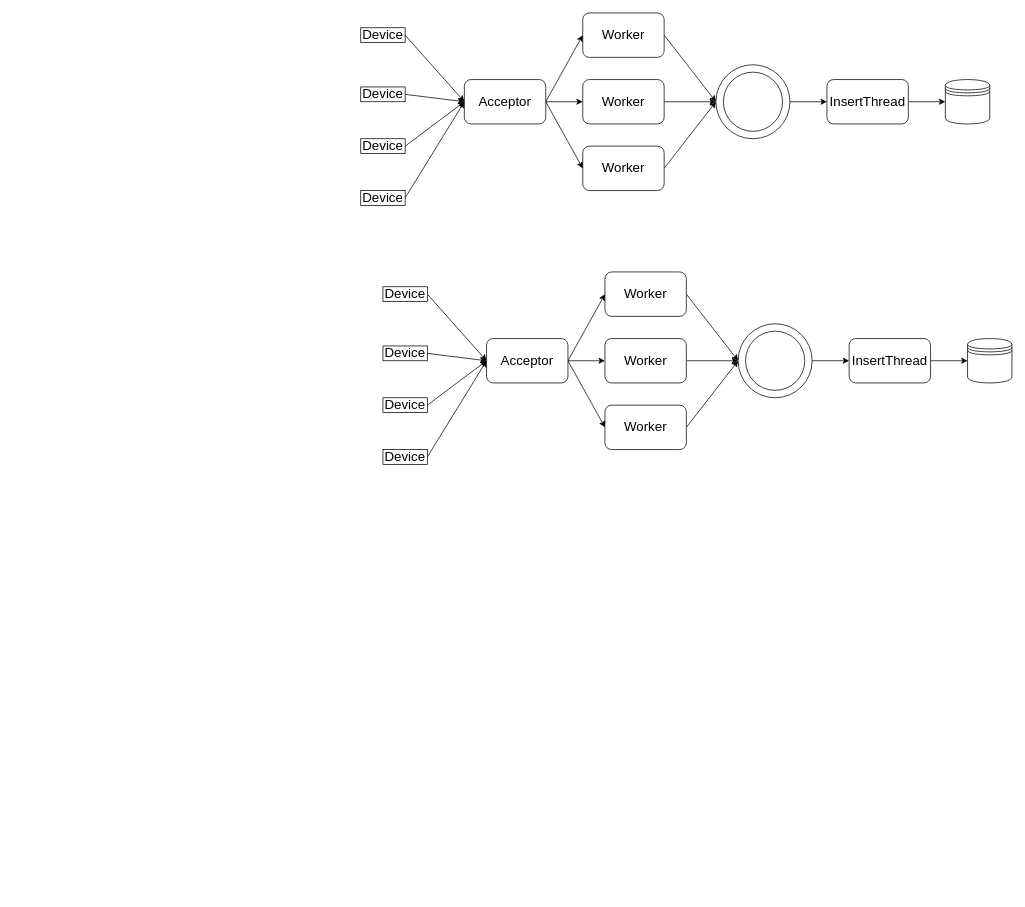
This is 未命名绘图.drawio from zhaoning999/notes, a draw.io file, before an edit. Source tidied: cells renumbered, new cells numbered last; positions are measured from the earlier drawing's top-left corner, leaving out a move shared by most shapes. Both pictures are drawn from the tidied source at 74%, with x=0, y=0 at pixel (360, 13).
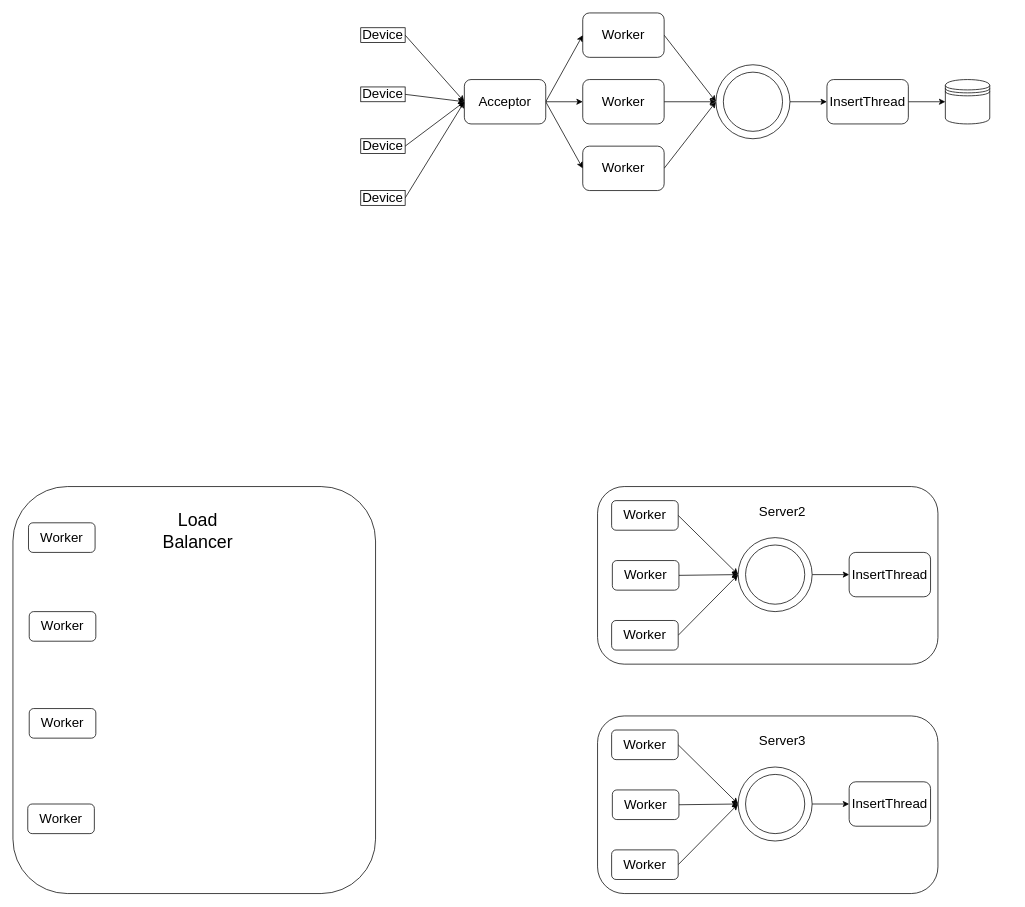
After the change.

Commit message (it also covers changes not shown here):
更新未命名绘图.drawio

Change to the diagram source:
```diff
@@
-    <mxCell id="26" style="edgeStyle=none;rounded=0;jettySize=auto;html=1;exitX=1;exitY=0.5;exitDx=0;exitDy=0;entryX=0;entryY=0.5;entryDx=0;entryDy=0;fontSize=18;" parent="1" edge="1" source="27" target="45">
-      <mxGeometry relative="1" as="geometry" />
-    </mxCell>
-    <mxCell id="27" value="&lt;font style=&quot;font-size: 18px;&quot;&gt;Worker&lt;/font&gt;" style="rounded=1;whiteSpace=wrap;html=1;" parent="1" vertex="1">
-      <mxGeometry x="330" y="350" width="110" height="60" as="geometry" />
-    </mxCell>
-    <mxCell id="28" style="edgeStyle=none;rounded=0;jettySize=auto;html=1;exitX=1;exitY=0.5;exitDx=0;exitDy=0;entryX=0;entryY=0.5;entryDx=0;entryDy=0;fontSize=18;" parent="1" edge="1" source="29" target="45">
-      <mxGeometry relative="1" as="geometry" />
-    </mxCell>
-    <mxCell id="29" value="&lt;font style=&quot;font-size: 18px;&quot;&gt;Worker&lt;/font&gt;" style="rounded=1;whiteSpace=wrap;html=1;" parent="1" vertex="1">
-      <mxGeometry x="330" y="440" width="110" height="60" as="geometry" />
-    </mxCell>
-    <mxCell id="30" style="edgeStyle=none;rounded=0;jettySize=auto;html=1;exitX=1;exitY=0.5;exitDx=0;exitDy=0;entryX=0;entryY=0.5;entryDx=0;entryDy=0;fontSize=18;" parent="1" edge="1" source="31" target="45">
-      <mxGeometry relative="1" as="geometry" />
-    </mxCell>
-    <mxCell id="31" value="&lt;font style=&quot;font-size: 18px;&quot;&gt;Worker&lt;/font&gt;" style="rounded=1;whiteSpace=wrap;html=1;" parent="1" vertex="1">
-      <mxGeometry x="330" y="530" width="110" height="60" as="geometry" />
-    </mxCell>
-    <mxCell id="32" style="edgeStyle=none;rounded=0;jettySize=auto;html=1;exitX=1;exitY=0.5;exitDx=0;exitDy=0;entryX=0;entryY=0.5;entryDx=0;entryDy=0;fontSize=18;" parent="1" edge="1" source="35" target="27">
-      <mxGeometry relative="1" as="geometry" />
-    </mxCell>
-    <mxCell id="33" style="edgeStyle=none;rounded=0;jettySize=auto;html=1;exitX=1;exitY=0.5;exitDx=0;exitDy=0;entryX=0;entryY=0.5;entryDx=0;entryDy=0;fontSize=18;" parent="1" edge="1" source="35" target="29">
-      <mxGeometry relative="1" as="geometry" />
-    </mxCell>
-    <mxCell id="34" style="edgeStyle=none;rounded=0;jettySize=auto;html=1;exitX=1;exitY=0.5;exitDx=0;exitDy=0;entryX=0;entryY=0.5;entryDx=0;entryDy=0;fontSize=18;" parent="1" edge="1" source="35" target="31">
-      <mxGeometry relative="1" as="geometry" />
-    </mxCell>
-    <mxCell id="35" value="&lt;font style=&quot;font-size: 18px;&quot;&gt;Acceptor&lt;/font&gt;" style="rounded=1;whiteSpace=wrap;html=1;" parent="1" vertex="1">
-      <mxGeometry x="170" y="440" width="110" height="60" as="geometry" />
-    </mxCell>
-    <mxCell id="36" style="rounded=0;jettySize=auto;html=1;exitX=1;exitY=0.5;exitDx=0;exitDy=0;entryX=0;entryY=0.5;entryDx=0;entryDy=0;fontSize=18;" parent="1" edge="1" source="37" target="35">
-      <mxGeometry relative="1" as="geometry" />
-    </mxCell>
-    <mxCell id="37" value="Device" style="rounded=0;whiteSpace=wrap;html=1;fontSize=18;" parent="1" vertex="1">
-      <mxGeometry x="30" y="370" width="60" height="20" as="geometry" />
-    </mxCell>
-    <mxCell id="38" style="edgeStyle=none;rounded=0;jettySize=auto;html=1;exitX=1;exitY=0.5;exitDx=0;exitDy=0;entryX=0;entryY=0.5;entryDx=0;entryDy=0;fontSize=18;" parent="1" edge="1" source="39" target="35">
-      <mxGeometry relative="1" as="geometry" />
-    </mxCell>
-    <mxCell id="39" value="Device" style="rounded=0;whiteSpace=wrap;html=1;fontSize=18;" parent="1" vertex="1">
-      <mxGeometry x="30" y="450" width="60" height="20" as="geometry" />
-    </mxCell>
-    <mxCell id="40" style="edgeStyle=none;rounded=0;jettySize=auto;html=1;exitX=1;exitY=0.5;exitDx=0;exitDy=0;entryX=0;entryY=0.5;entryDx=0;entryDy=0;fontSize=18;" parent="1" edge="1" source="41" target="35">
-      <mxGeometry relative="1" as="geometry" />
-    </mxCell>
-    <mxCell id="41" value="Device" style="rounded=0;whiteSpace=wrap;html=1;fontSize=18;" parent="1" vertex="1">
-      <mxGeometry x="30" y="520" width="60" height="20" as="geometry" />
-    </mxCell>
-    <mxCell id="42" style="edgeStyle=none;rounded=0;jettySize=auto;html=1;exitX=1;exitY=0.5;exitDx=0;exitDy=0;entryX=0;entryY=0.5;entryDx=0;entryDy=0;fontSize=18;" parent="1" edge="1" source="43" target="35">
-      <mxGeometry relative="1" as="geometry" />
-    </mxCell>
-    <mxCell id="43" value="Device" style="rounded=0;whiteSpace=wrap;html=1;fontSize=18;" parent="1" vertex="1">
-      <mxGeometry x="30" y="590" width="60" height="20" as="geometry" />
-    </mxCell>
-    <mxCell id="44" style="edgeStyle=none;rounded=0;jettySize=auto;html=1;exitX=1;exitY=0.5;exitDx=0;exitDy=0;fontSize=18;" parent="1" edge="1" source="45" target="48">
-      <mxGeometry relative="1" as="geometry" />
-    </mxCell>
-    <mxCell id="45" style="ellipse;whiteSpace=wrap;html=1;fontSize=18;" parent="1" vertex="1">
-      <mxGeometry x="510" y="420" width="100" height="100" as="geometry" />
-    </mxCell>
-    <mxCell id="46" style="ellipse;whiteSpace=wrap;html=1;fontSize=18;" parent="1" vertex="1">
-      <mxGeometry x="520" y="430" width="80" height="80" as="geometry" />
-    </mxCell>
-    <mxCell id="47" style="edgeStyle=none;rounded=0;jettySize=auto;html=1;exitX=1;exitY=0.5;exitDx=0;exitDy=0;entryX=0;entryY=0.5;entryDx=0;entryDy=0;fontSize=18;" parent="1" edge="1" source="48" target="49">
-      <mxGeometry relative="1" as="geometry" />
-    </mxCell>
-    <mxCell id="48" value="&lt;font style=&quot;font-size: 18px;&quot;&gt;InsertThread&lt;/font&gt;" style="rounded=1;whiteSpace=wrap;html=1;" parent="1" vertex="1">
-      <mxGeometry x="660" y="440" width="110" height="60" as="geometry" />
-    </mxCell>
-    <mxCell id="49" style="shape=datastore;whiteSpace=wrap;html=1;fontSize=18;" parent="1" vertex="1">
-      <mxGeometry x="820" y="440" width="60" height="60" as="geometry" />
-    </mxCell>
+    <mxCell id="50" style="rounded=1;whiteSpace=wrap;html=1;fontSize=18;" parent="1" vertex="1">
+      <mxGeometry x="320" y="640" width="460" height="240" as="geometry" />
+    </mxCell>
+    <mxCell id="51" style="edgeStyle=none;rounded=0;jettySize=auto;html=1;exitX=1;exitY=0.5;exitDx=0;exitDy=0;entryX=0;entryY=0.5;entryDx=0;entryDy=0;fontSize=18;" parent="1" edge="1" source="52" target="56">
+      <mxGeometry relative="1" as="geometry" />
+    </mxCell>
+    <mxCell id="52" value="&lt;font style=&quot;font-size: 18px;&quot;&gt;Worker&lt;/font&gt;" style="rounded=1;whiteSpace=wrap;html=1;" parent="1" vertex="1">
+      <mxGeometry x="339" y="659" width="90" height="40" as="geometry" />
+    </mxCell>
+    <mxCell id="53" style="edgeStyle=none;rounded=0;jettySize=auto;html=1;exitX=1;exitY=0.5;exitDx=0;exitDy=0;entryX=0;entryY=0.5;entryDx=0;entryDy=0;fontSize=18;exitPerimeter=0;" parent="1" edge="1" source="59" target="56">
+      <mxGeometry relative="1" as="geometry" />
+    </mxCell>
+    <mxCell id="54" style="edgeStyle=none;rounded=0;jettySize=auto;html=1;exitX=1;exitY=0.5;exitDx=0;exitDy=0;entryX=0;entryY=0.5;entryDx=0;entryDy=0;fontSize=18;" parent="1" edge="1" source="60" target="56">
+      <mxGeometry relative="1" as="geometry" />
+    </mxCell>
+    <mxCell id="55" style="edgeStyle=none;rounded=0;jettySize=auto;html=1;exitX=1;exitY=0.5;exitDx=0;exitDy=0;fontSize=18;" parent="1" edge="1" source="56" target="58">
+      <mxGeometry relative="1" as="geometry" />
+    </mxCell>
+    <mxCell id="56" style="ellipse;whiteSpace=wrap;html=1;fontSize=18;" parent="1" vertex="1">
+      <mxGeometry x="510" y="709" width="100" height="100" as="geometry" />
+    </mxCell>
+    <mxCell id="57" style="ellipse;whiteSpace=wrap;html=1;fontSize=18;" parent="1" vertex="1">
+      <mxGeometry x="520" y="719" width="80" height="80" as="geometry" />
+    </mxCell>
+    <mxCell id="58" value="&lt;font style=&quot;font-size: 18px;&quot;&gt;InsertThread&lt;/font&gt;" style="rounded=1;whiteSpace=wrap;html=1;" parent="1" vertex="1">
+      <mxGeometry x="660" y="729" width="110" height="60" as="geometry" />
+    </mxCell>
+    <mxCell id="59" value="&lt;font style=&quot;font-size: 18px;&quot;&gt;Worker&lt;/font&gt;" style="rounded=1;whiteSpace=wrap;html=1;" parent="1" vertex="1">
+      <mxGeometry x="340" y="740" width="90" height="40" as="geometry" />
+    </mxCell>
+    <mxCell id="60" value="&lt;font style=&quot;font-size: 18px;&quot;&gt;Worker&lt;/font&gt;" style="rounded=1;whiteSpace=wrap;html=1;" parent="1" vertex="1">
+      <mxGeometry x="339" y="821" width="90" height="40" as="geometry" />
+    </mxCell>
+    <mxCell id="61" value="Server2" style="text;html=1;strokeColor=none;fillColor=none;align=center;verticalAlign=middle;whiteSpace=wrap;rounded=0;fontSize=18;" parent="1" vertex="1">
+      <mxGeometry x="540" y="659" width="60" height="30" as="geometry" />
+    </mxCell>
+    <mxCell id="62" style="rounded=1;whiteSpace=wrap;html=1;fontSize=18;" parent="1" vertex="1">
+      <mxGeometry x="320" y="950" width="460" height="240" as="geometry" />
+    </mxCell>
+    <mxCell id="63" style="edgeStyle=none;rounded=0;jettySize=auto;html=1;exitX=1;exitY=0.5;exitDx=0;exitDy=0;entryX=0;entryY=0.5;entryDx=0;entryDy=0;fontSize=18;" parent="1" edge="1" source="64" target="68">
+      <mxGeometry relative="1" as="geometry" />
+    </mxCell>
+    <mxCell id="64" value="&lt;font style=&quot;font-size: 18px;&quot;&gt;Worker&lt;/font&gt;" style="rounded=1;whiteSpace=wrap;html=1;" parent="1" vertex="1">
+      <mxGeometry x="339" y="969" width="90" height="40" as="geometry" />
+    </mxCell>
+    <mxCell id="65" style="edgeStyle=none;rounded=0;jettySize=auto;html=1;exitX=1;exitY=0.5;exitDx=0;exitDy=0;entryX=0;entryY=0.5;entryDx=0;entryDy=0;fontSize=18;exitPerimeter=0;" parent="1" edge="1" source="71" target="68">
+      <mxGeometry relative="1" as="geometry" />
+    </mxCell>
+    <mxCell id="66" style="edgeStyle=none;rounded=0;jettySize=auto;html=1;exitX=1;exitY=0.5;exitDx=0;exitDy=0;entryX=0;entryY=0.5;entryDx=0;entryDy=0;fontSize=18;" parent="1" edge="1" source="72" target="68">
+      <mxGeometry relative="1" as="geometry" />
+    </mxCell>
+    <mxCell id="67" style="edgeStyle=none;rounded=0;jettySize=auto;html=1;exitX=1;exitY=0.5;exitDx=0;exitDy=0;fontSize=18;" parent="1" edge="1" source="68" target="70">
+      <mxGeometry relative="1" as="geometry" />
+    </mxCell>
+    <mxCell id="68" style="ellipse;whiteSpace=wrap;html=1;fontSize=18;" parent="1" vertex="1">
+      <mxGeometry x="510" y="1019" width="100" height="100" as="geometry" />
+    </mxCell>
+    <mxCell id="69" style="ellipse;whiteSpace=wrap;html=1;fontSize=18;" parent="1" vertex="1">
+      <mxGeometry x="520" y="1029" width="80" height="80" as="geometry" />
+    </mxCell>
+    <mxCell id="70" value="&lt;font style=&quot;font-size: 18px;&quot;&gt;InsertThread&lt;/font&gt;" style="rounded=1;whiteSpace=wrap;html=1;" parent="1" vertex="1">
+      <mxGeometry x="660" y="1039" width="110" height="60" as="geometry" />
+    </mxCell>
+    <mxCell id="71" value="&lt;font style=&quot;font-size: 18px;&quot;&gt;Worker&lt;/font&gt;" style="rounded=1;whiteSpace=wrap;html=1;" parent="1" vertex="1">
+      <mxGeometry x="340" y="1050" width="90" height="40" as="geometry" />
+    </mxCell>
+    <mxCell id="72" value="&lt;font style=&quot;font-size: 18px;&quot;&gt;Worker&lt;/font&gt;" style="rounded=1;whiteSpace=wrap;html=1;" parent="1" vertex="1">
+      <mxGeometry x="339" y="1131" width="90" height="40" as="geometry" />
+    </mxCell>
+    <mxCell id="73" value="Server3" style="text;html=1;strokeColor=none;fillColor=none;align=center;verticalAlign=middle;whiteSpace=wrap;rounded=0;fontSize=18;" parent="1" vertex="1">
+      <mxGeometry x="540" y="969" width="60" height="30" as="geometry" />
+    </mxCell>
+    <mxCell id="74" style="rounded=1;whiteSpace=wrap;html=1;fontSize=18;" parent="1" vertex="1">
+      <mxGeometry x="-470" y="640" width="490" height="550" as="geometry" />
+    </mxCell>
+    <mxCell id="75" value="&lt;font style=&quot;font-size: 18px;&quot;&gt;Worker&lt;/font&gt;" style="rounded=1;whiteSpace=wrap;html=1;" parent="1" vertex="1">
+      <mxGeometry x="-448" y="809" width="90" height="40" as="geometry" />
+    </mxCell>
+    <mxCell id="76" value="&lt;font style=&quot;font-size: 18px;&quot;&gt;Worker&lt;/font&gt;" style="rounded=1;whiteSpace=wrap;html=1;" parent="1" vertex="1">
+      <mxGeometry x="-448" y="940" width="90" height="40" as="geometry" />
+    </mxCell>
+    <mxCell id="77" value="&lt;font style=&quot;font-size: 18px;&quot;&gt;Worker&lt;/font&gt;" style="rounded=1;whiteSpace=wrap;html=1;" parent="1" vertex="1">
+      <mxGeometry x="-450" y="1069" width="90" height="40" as="geometry" />
+    </mxCell>
+    <mxCell id="78" value="&lt;font style=&quot;font-size: 24px;&quot;&gt;Load Balancer&lt;/font&gt;" style="text;html=1;strokeColor=none;fillColor=none;align=center;verticalAlign=middle;whiteSpace=wrap;rounded=0;fontSize=18;" parent="1" vertex="1">
+      <mxGeometry x="-250" y="680" width="60" height="40" as="geometry" />
+    </mxCell>
+    <mxCell id="79" value="&lt;font style=&quot;font-size: 18px;&quot;&gt;Worker&lt;/font&gt;" style="rounded=1;whiteSpace=wrap;html=1;" parent="1" vertex="1">
+      <mxGeometry x="-449" y="689" width="90" height="40" as="geometry" />
+    </mxCell>
```
